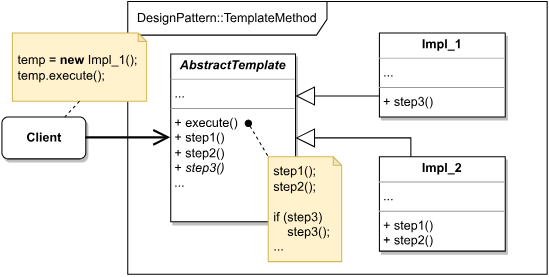
Before: TemplateMethod/TemplateMethod.svg, a diagram exported from draw.io (safar-jn/design-patterns). Source tidied: cells renumbered, new cells last; positions are measured from the earlier drawing's top-left corner, leaving out a move shared by most shapes. The source it was exported from:
```xml
<mxGraphModel>
  <root>
    <mxCell id="0" />
    <mxCell id="1" parent="0" />
    <mxCell id="2" value="DesignPattern::TemplateMethod" style="shape=umlFrame;whiteSpace=wrap;html=1;width=190;height=32;" parent="1" vertex="1">
      <mxGeometry x="120" width="400" height="260" as="geometry" />
    </mxCell>
    <mxCell id="3" value="&lt;p style=&quot;margin:0px;margin-top:4px;text-align:center;&quot;&gt;&lt;b&gt;&lt;i&gt;AbstractTemplate&lt;/i&gt;&lt;/b&gt;&lt;/p&gt;&lt;hr size=&quot;1&quot;&gt;&lt;p style=&quot;margin:0px;margin-left:4px;&quot;&gt;&lt;/p&gt;&lt;p style=&quot;margin:0px;margin-left:4px;&quot;&gt;...&lt;/p&gt;&lt;hr size=&quot;1&quot;&gt;&lt;p style=&quot;margin: 0px 0px 0px 4px;&quot;&gt;&lt;/p&gt;&lt;p style=&quot;margin: 0px 0px 0px 4px;&quot;&gt;&lt;span style=&quot;background-color: initial;&quot;&gt;+ execute()&lt;/span&gt;&lt;br&gt;&lt;/p&gt;&lt;p style=&quot;margin: 0px 0px 0px 4px;&quot;&gt;&lt;span style=&quot;background-color: initial;&quot;&gt;+ step1()&lt;/span&gt;&lt;/p&gt;&lt;p style=&quot;margin: 0px 0px 0px 4px;&quot;&gt;&lt;span style=&quot;background-color: initial;&quot;&gt;+ step2()&lt;/span&gt;&lt;/p&gt;&lt;p style=&quot;margin: 0px 0px 0px 4px;&quot;&gt;&lt;span style=&quot;background-color: initial;&quot;&gt;+ &lt;i&gt;step3()&lt;/i&gt;&lt;/span&gt;&lt;/p&gt;&lt;p style=&quot;margin: 0px 0px 0px 4px;&quot;&gt;&lt;span style=&quot;background-color: initial;&quot;&gt;&lt;i&gt;...&lt;/i&gt;&lt;/span&gt;&lt;/p&gt;&lt;p style=&quot;margin: 0px 0px 0px 4px;&quot;&gt;&lt;/p&gt;" style="verticalAlign=top;align=left;overflow=fill;fontSize=12;fontFamily=Helvetica;html=1;shadow=1;" parent="1" vertex="1">
      <mxGeometry x="161" y="50" width="119" height="160" as="geometry" />
    </mxCell>
    <mxCell id="4" value="&lt;b&gt;Client&lt;/b&gt;" style="html=1;rounded=1;shadow=1;" parent="1" vertex="1">
      <mxGeometry y="110" width="80" height="40" as="geometry" />
    </mxCell>
    <mxCell id="5" style="endArrow=none;dashed=1;html=1;rounded=0;strokeWidth=1;startArrow=oval;startFill=1;entryX=0;entryY=0;entryDx=0;entryDy=0;entryPerimeter=0;exitX=0.622;exitY=0.413;exitDx=0;exitDy=0;exitPerimeter=0;" parent="1" edge="1" source="3" target="12">
      <mxGeometry relative="1" as="geometry" />
    </mxCell>
    <mxCell id="6" value="&amp;nbsp;temp = &lt;b&gt;new &lt;/b&gt;Impl_1();&lt;br&gt;&amp;nbsp;temp.execute();" style="shape=note;whiteSpace=wrap;html=1;backgroundOutline=1;darkOpacity=0.05;rounded=1;shadow=0;size=8;align=left;fillColor=#fff2cc;strokeColor=#d6b656;" parent="1" vertex="1">
      <mxGeometry x="10" y="30" width="128" height="65" as="geometry" />
    </mxCell>
    <mxCell id="7" style="endArrow=none;dashed=1;html=1;rounded=0;strokeWidth=1;exitX=0.5;exitY=1;exitDx=0;exitDy=0;exitPerimeter=0;entryX=0.75;entryY=0;entryDx=0;entryDy=0;" parent="1" edge="1" source="6" target="4">
      <mxGeometry relative="1" as="geometry" />
    </mxCell>
    <mxCell id="8" value="&lt;p style=&quot;margin:0px;margin-top:4px;text-align:center;&quot;&gt;&lt;b&gt;Impl_1&lt;/b&gt;&lt;/p&gt;&lt;hr size=&quot;1&quot;&gt;&lt;p style=&quot;margin:0px;margin-left:4px;&quot;&gt;&lt;/p&gt;&lt;p style=&quot;margin:0px;margin-left:4px;&quot;&gt;...&lt;/p&gt;&lt;hr size=&quot;1&quot;&gt;&lt;p style=&quot;margin: 0px 0px 0px 4px;&quot;&gt;&lt;/p&gt;&lt;p style=&quot;margin: 0px 0px 0px 4px;&quot;&gt;&lt;span style=&quot;background-color: initial;&quot;&gt;+ &lt;/span&gt;&lt;span style=&quot;background-color: initial;&quot;&gt;step3()&lt;/span&gt;&lt;br&gt;&lt;/p&gt;&lt;p style=&quot;margin: 0px 0px 0px 4px;&quot;&gt;&lt;br&gt;&lt;/p&gt;&lt;p style=&quot;margin: 0px 0px 0px 4px;&quot;&gt;&lt;/p&gt;" style="verticalAlign=top;align=left;overflow=fill;fontSize=12;fontFamily=Helvetica;html=1;shadow=1;" parent="1" vertex="1">
      <mxGeometry x="360" y="30" width="120" height="80" as="geometry" />
    </mxCell>
    <mxCell id="9" value="&lt;p style=&quot;margin:0px;margin-top:4px;text-align:center;&quot;&gt;&lt;b&gt;Impl_2&lt;/b&gt;&lt;/p&gt;&lt;hr size=&quot;1&quot;&gt;&lt;p style=&quot;margin:0px;margin-left:4px;&quot;&gt;&lt;/p&gt;&lt;p style=&quot;margin:0px;margin-left:4px;&quot;&gt;...&lt;/p&gt;&lt;hr size=&quot;1&quot;&gt;&lt;p style=&quot;margin: 0px 0px 0px 4px;&quot;&gt;&lt;/p&gt;&lt;p style=&quot;margin: 0px 0px 0px 4px;&quot;&gt;&lt;span style=&quot;background-color: initial;&quot;&gt;+ &lt;/span&gt;&lt;span style=&quot;background-color: initial;&quot;&gt;step1()&lt;/span&gt;&lt;br&gt;&lt;/p&gt;&lt;p style=&quot;margin: 0px 0px 0px 4px;&quot;&gt;&lt;span style=&quot;background-color: initial;&quot;&gt;+ step2()&lt;/span&gt;&lt;/p&gt;&lt;p style=&quot;margin: 0px 0px 0px 4px;&quot;&gt;&lt;br&gt;&lt;/p&gt;&lt;p style=&quot;margin: 0px 0px 0px 4px;&quot;&gt;&lt;/p&gt;" style="verticalAlign=top;align=left;overflow=fill;fontSize=12;fontFamily=Helvetica;html=1;shadow=1;" parent="1" vertex="1">
      <mxGeometry x="360" y="148" width="120" height="90" as="geometry" />
    </mxCell>
    <mxCell id="10" style="endArrow=block;endSize=16;endFill=0;html=1;rounded=0;entryX=1;entryY=0.5;entryDx=0;entryDy=0;exitX=0.25;exitY=0;exitDx=0;exitDy=0;" parent="1" edge="1" source="9" target="3">
      <mxGeometry relative="1" as="geometry">
        <Array as="points">
          <mxPoint x="390" y="130" />
        </Array>
      </mxGeometry>
    </mxCell>
    <mxCell id="11" style="endArrow=block;endSize=16;endFill=0;html=1;rounded=0;entryX=1;entryY=0.25;entryDx=0;entryDy=0;exitX=0;exitY=0.75;exitDx=0;exitDy=0;" parent="1" edge="1" source="8" target="3">
      <mxGeometry relative="1" as="geometry" />
    </mxCell>
    <mxCell id="12" value="&amp;nbsp;step1();&lt;br&gt;&amp;nbsp;step2();&lt;br&gt;&lt;br&gt;&amp;nbsp;if (step3)&lt;br&gt;&amp;nbsp; &amp;nbsp; &amp;nbsp;step3();&lt;br&gt;&amp;nbsp;..." style="shape=note;whiteSpace=wrap;html=1;backgroundOutline=1;darkOpacity=0.05;rounded=1;shadow=0;size=8;align=left;fillColor=#fff2cc;strokeColor=#d6b656;" parent="1" vertex="1">
      <mxGeometry x="254" y="148" width="70" height="100" as="geometry" />
    </mxCell>
    <mxCell id="13" style="endArrow=open;endFill=1;endSize=12;html=1;rounded=0;exitX=1;exitY=0.5;exitDx=0;exitDy=0;entryX=0;entryY=0.5;entryDx=0;entryDy=0;strokeWidth=2;" parent="1" edge="1" source="4" target="3">
      <mxGeometry relative="1" as="geometry" />
    </mxCell>
  </root>
</mxGraphModel>
```
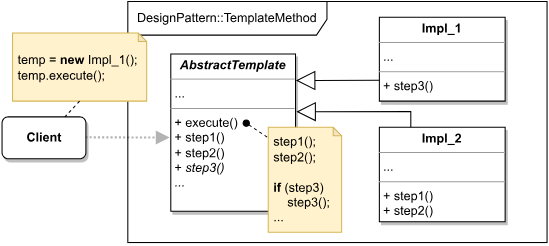
The same file after the commit.

Commit message:
feat(template-method): refactor image

What changed in the source:
```diff
@@ -2,16 +2,19 @@
   <root>
     <mxCell id="0" />
     <mxCell id="1" parent="0" />
+    <mxCell id="13" style="endArrow=block;endFill=1;endSize=8;html=1;rounded=0;exitX=1;exitY=0.5;exitDx=0;exitDy=0;entryX=-0.005;entryY=0.535;entryDx=0;entryDy=0;strokeWidth=2;entryPerimeter=0;fontSize=12;strokeColor=#B3B3B3;startSize=14;shadow=0;sketch=0;dashed=1;dashPattern=1 1;" parent="1" edge="1" source="4" target="3">
+      <mxGeometry relative="1" as="geometry" />
+    </mxCell>
     <mxCell id="2" value="DesignPattern::TemplateMethod" style="shape=umlFrame;whiteSpace=wrap;html=1;width=190;height=32;" parent="1" vertex="1">
-      <mxGeometry x="120" width="400" height="260" as="geometry" />
+      <mxGeometry x="120" width="400" height="230" as="geometry" />
     </mxCell>
     <mxCell id="3" value="&lt;p style=&quot;margin:0px;margin-top:4px;text-align:center;&quot;&gt;&lt;b&gt;&lt;i&gt;AbstractTemplate&lt;/i&gt;&lt;/b&gt;&lt;/p&gt;&lt;hr size=&quot;1&quot;&gt;&lt;p style=&quot;margin:0px;margin-left:4px;&quot;&gt;&lt;/p&gt;&lt;p style=&quot;margin:0px;margin-left:4px;&quot;&gt;...&lt;/p&gt;&lt;hr size=&quot;1&quot;&gt;&lt;p style=&quot;margin: 0px 0px 0px 4px;&quot;&gt;&lt;/p&gt;&lt;p style=&quot;margin: 0px 0px 0px 4px;&quot;&gt;&lt;span style=&quot;background-color: initial;&quot;&gt;+ execute()&lt;/span&gt;&lt;br&gt;&lt;/p&gt;&lt;p style=&quot;margin: 0px 0px 0px 4px;&quot;&gt;&lt;span style=&quot;background-color: initial;&quot;&gt;+ step1()&lt;/span&gt;&lt;/p&gt;&lt;p style=&quot;margin: 0px 0px 0px 4px;&quot;&gt;&lt;span style=&quot;background-color: initial;&quot;&gt;+ step2()&lt;/span&gt;&lt;/p&gt;&lt;p style=&quot;margin: 0px 0px 0px 4px;&quot;&gt;&lt;span style=&quot;background-color: initial;&quot;&gt;+ &lt;i&gt;step3()&lt;/i&gt;&lt;/span&gt;&lt;/p&gt;&lt;p style=&quot;margin: 0px 0px 0px 4px;&quot;&gt;&lt;span style=&quot;background-color: initial;&quot;&gt;&lt;i&gt;...&lt;/i&gt;&lt;/span&gt;&lt;/p&gt;&lt;p style=&quot;margin: 0px 0px 0px 4px;&quot;&gt;&lt;/p&gt;" style="verticalAlign=top;align=left;overflow=fill;fontSize=12;fontFamily=Helvetica;html=1;shadow=1;" parent="1" vertex="1">
-      <mxGeometry x="161" y="50" width="119" height="160" as="geometry" />
+      <mxGeometry x="161" y="50" width="119" height="150" as="geometry" />
     </mxCell>
     <mxCell id="4" value="&lt;b&gt;Client&lt;/b&gt;" style="html=1;rounded=1;shadow=1;" parent="1" vertex="1">
       <mxGeometry y="110" width="80" height="40" as="geometry" />
     </mxCell>
-    <mxCell id="5" style="endArrow=none;dashed=1;html=1;rounded=0;strokeWidth=1;startArrow=oval;startFill=1;entryX=0;entryY=0;entryDx=0;entryDy=0;entryPerimeter=0;exitX=0.622;exitY=0.413;exitDx=0;exitDy=0;exitPerimeter=0;" parent="1" edge="1" source="3" target="12">
+    <mxCell id="5" style="endArrow=none;dashed=1;html=1;rounded=0;strokeWidth=1;startArrow=oval;startFill=1;entryX=-0.006;entryY=0.097;entryDx=0;entryDy=0;entryPerimeter=0;exitX=0.605;exitY=0.44;exitDx=0;exitDy=0;exitPerimeter=0;" parent="1" edge="1" source="3" target="12">
       <mxGeometry relative="1" as="geometry" />
     </mxCell>
     <mxCell id="6" value="&amp;nbsp;temp = &lt;b&gt;new &lt;/b&gt;Impl_1();&lt;br&gt;&amp;nbsp;temp.execute();" style="shape=note;whiteSpace=wrap;html=1;backgroundOutline=1;darkOpacity=0.05;rounded=1;shadow=0;size=8;align=left;fillColor=#fff2cc;strokeColor=#d6b656;" parent="1" vertex="1">
@@ -21,26 +24,23 @@
       <mxGeometry relative="1" as="geometry" />
     </mxCell>
     <mxCell id="8" value="&lt;p style=&quot;margin:0px;margin-top:4px;text-align:center;&quot;&gt;&lt;b&gt;Impl_1&lt;/b&gt;&lt;/p&gt;&lt;hr size=&quot;1&quot;&gt;&lt;p style=&quot;margin:0px;margin-left:4px;&quot;&gt;&lt;/p&gt;&lt;p style=&quot;margin:0px;margin-left:4px;&quot;&gt;...&lt;/p&gt;&lt;hr size=&quot;1&quot;&gt;&lt;p style=&quot;margin: 0px 0px 0px 4px;&quot;&gt;&lt;/p&gt;&lt;p style=&quot;margin: 0px 0px 0px 4px;&quot;&gt;&lt;span style=&quot;background-color: initial;&quot;&gt;+ &lt;/span&gt;&lt;span style=&quot;background-color: initial;&quot;&gt;step3()&lt;/span&gt;&lt;br&gt;&lt;/p&gt;&lt;p style=&quot;margin: 0px 0px 0px 4px;&quot;&gt;&lt;br&gt;&lt;/p&gt;&lt;p style=&quot;margin: 0px 0px 0px 4px;&quot;&gt;&lt;/p&gt;" style="verticalAlign=top;align=left;overflow=fill;fontSize=12;fontFamily=Helvetica;html=1;shadow=1;" parent="1" vertex="1">
-      <mxGeometry x="360" y="30" width="120" height="80" as="geometry" />
+      <mxGeometry x="360" y="15" width="120" height="80" as="geometry" />
     </mxCell>
     <mxCell id="9" value="&lt;p style=&quot;margin:0px;margin-top:4px;text-align:center;&quot;&gt;&lt;b&gt;Impl_2&lt;/b&gt;&lt;/p&gt;&lt;hr size=&quot;1&quot;&gt;&lt;p style=&quot;margin:0px;margin-left:4px;&quot;&gt;&lt;/p&gt;&lt;p style=&quot;margin:0px;margin-left:4px;&quot;&gt;...&lt;/p&gt;&lt;hr size=&quot;1&quot;&gt;&lt;p style=&quot;margin: 0px 0px 0px 4px;&quot;&gt;&lt;/p&gt;&lt;p style=&quot;margin: 0px 0px 0px 4px;&quot;&gt;&lt;span style=&quot;background-color: initial;&quot;&gt;+ &lt;/span&gt;&lt;span style=&quot;background-color: initial;&quot;&gt;step1()&lt;/span&gt;&lt;br&gt;&lt;/p&gt;&lt;p style=&quot;margin: 0px 0px 0px 4px;&quot;&gt;&lt;span style=&quot;background-color: initial;&quot;&gt;+ step2()&lt;/span&gt;&lt;/p&gt;&lt;p style=&quot;margin: 0px 0px 0px 4px;&quot;&gt;&lt;br&gt;&lt;/p&gt;&lt;p style=&quot;margin: 0px 0px 0px 4px;&quot;&gt;&lt;/p&gt;" style="verticalAlign=top;align=left;overflow=fill;fontSize=12;fontFamily=Helvetica;html=1;shadow=1;" parent="1" vertex="1">
-      <mxGeometry x="360" y="148" width="120" height="90" as="geometry" />
+      <mxGeometry x="360" y="120" width="120" height="90" as="geometry" />
     </mxCell>
-    <mxCell id="10" style="endArrow=block;endSize=16;endFill=0;html=1;rounded=0;entryX=1;entryY=0.5;entryDx=0;entryDy=0;exitX=0.25;exitY=0;exitDx=0;exitDy=0;" parent="1" edge="1" source="9" target="3">
+    <mxCell id="10" style="endArrow=block;endSize=16;endFill=0;html=1;rounded=0;exitX=0.25;exitY=0;exitDx=0;exitDy=0;entryX=1.007;entryY=0.367;entryDx=0;entryDy=0;entryPerimeter=0;" parent="1" edge="1" source="9" target="3">
       <mxGeometry relative="1" as="geometry">
         <Array as="points">
-          <mxPoint x="390" y="130" />
+          <mxPoint x="390" y="105" />
         </Array>
       </mxGeometry>
     </mxCell>
-    <mxCell id="11" style="endArrow=block;endSize=16;endFill=0;html=1;rounded=0;entryX=1;entryY=0.25;entryDx=0;entryDy=0;exitX=0;exitY=0.75;exitDx=0;exitDy=0;" parent="1" edge="1" source="8" target="3">
+    <mxCell id="11" style="endArrow=block;endSize=16;endFill=0;html=1;rounded=0;entryX=1.003;entryY=0.169;entryDx=0;entryDy=0;exitX=0;exitY=0.75;exitDx=0;exitDy=0;entryPerimeter=0;" parent="1" edge="1" source="8" target="3">
       <mxGeometry relative="1" as="geometry" />
     </mxCell>
-    <mxCell id="12" value="&amp;nbsp;step1();&lt;br&gt;&amp;nbsp;step2();&lt;br&gt;&lt;br&gt;&amp;nbsp;if (step3)&lt;br&gt;&amp;nbsp; &amp;nbsp; &amp;nbsp;step3();&lt;br&gt;&amp;nbsp;..." style="shape=note;whiteSpace=wrap;html=1;backgroundOutline=1;darkOpacity=0.05;rounded=1;shadow=0;size=8;align=left;fillColor=#fff2cc;strokeColor=#d6b656;" parent="1" vertex="1">
-      <mxGeometry x="254" y="148" width="70" height="100" as="geometry" />
+    <mxCell id="12" value="&amp;nbsp;step1();&lt;br&gt;&amp;nbsp;step2();&lt;br&gt;&lt;br&gt;&amp;nbsp;&lt;b&gt;if &lt;/b&gt;(step3)&lt;br&gt;&amp;nbsp; &amp;nbsp; &amp;nbsp;step3();&lt;br&gt;&amp;nbsp;..." style="shape=note;whiteSpace=wrap;html=1;backgroundOutline=1;darkOpacity=0.05;rounded=1;shadow=0;size=8;align=left;fillColor=#fff2cc;strokeColor=#d6b656;" parent="1" vertex="1">
+      <mxGeometry x="254" y="120" width="70" height="100" as="geometry" />
     </mxCell>
-    <mxCell id="13" style="endArrow=open;endFill=1;endSize=12;html=1;rounded=0;exitX=1;exitY=0.5;exitDx=0;exitDy=0;entryX=0;entryY=0.5;entryDx=0;entryDy=0;strokeWidth=2;" parent="1" edge="1" source="4" target="3">
-      <mxGeometry relative="1" as="geometry" />
-    </mxCell>
   </root>
 </mxGraphModel>
```
